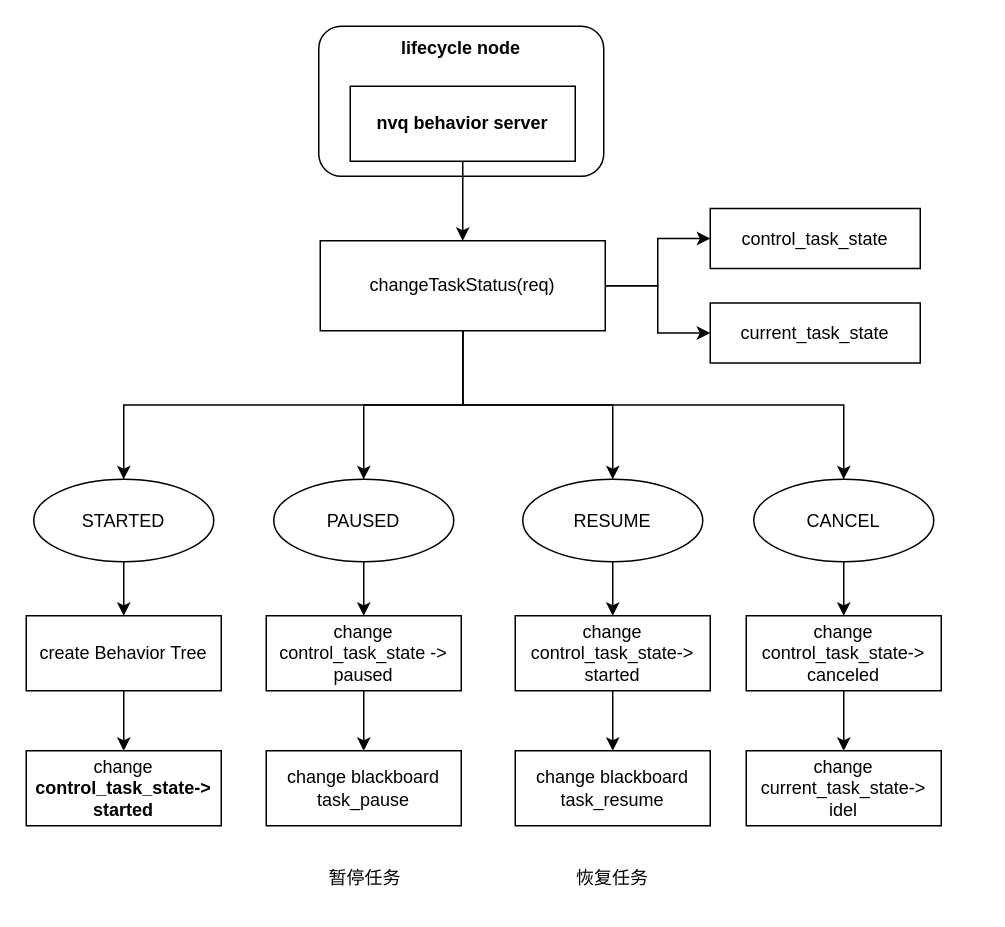
Before: page "第 2 页" (2 of 3) of nvq_task_manager架构图.drawio in Jev0987/drawioFile, a draw.io diagram. Source tidied: cells renumbered, new cells numbered last; positions are measured from the earlier drawing's top-left corner, leaving out a move shared by most shapes. Both pictures are drawn from the tidied source at 150%, with x=0, y=0 at pixel (26, 26).
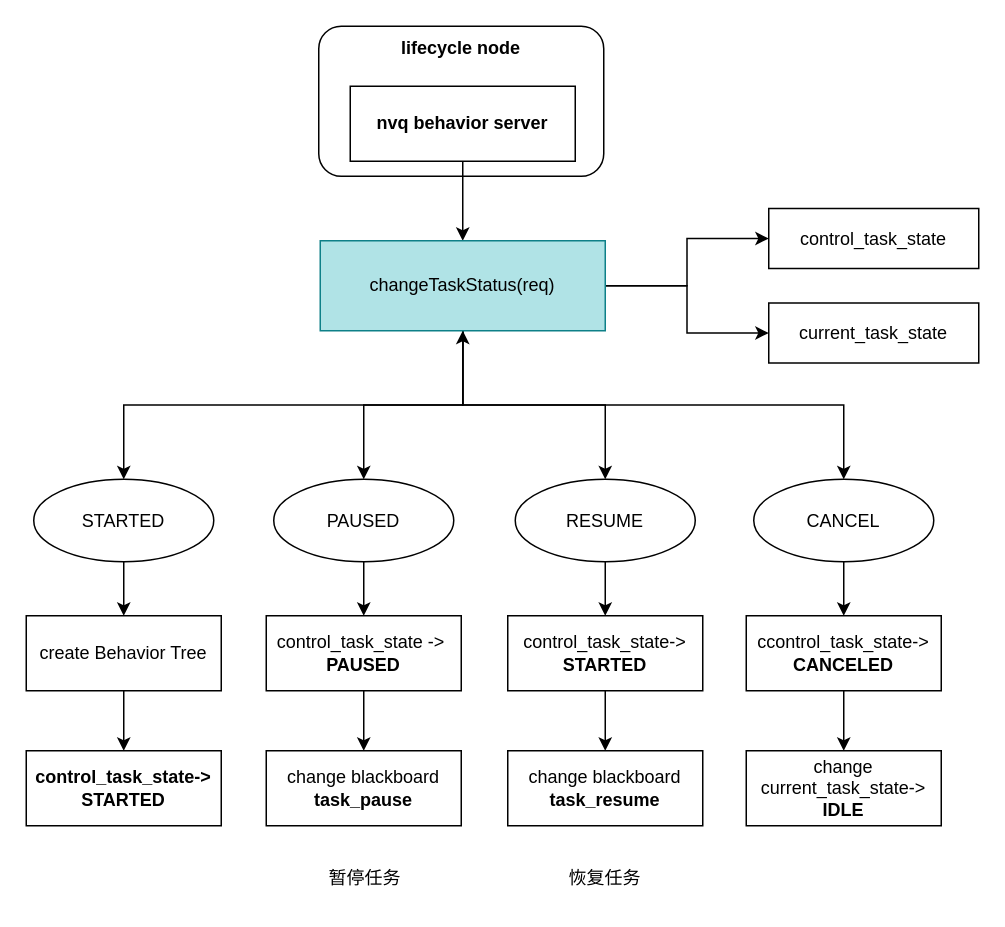
After the change.

Unchanged cells that the change refers to:
```xml
<mxCell id="20" value="CANCEL" style="ellipse;whiteSpace=wrap;html=1;" parent="1" vertex="1">
  <mxGeometry x="485" y="302" width="120" height="55" as="geometry" />
</mxCell>
```

Change to the diagram source:
```diff
@@
-    <mxCell id="9" style="edgeStyle=orthogonalEdgeStyle;rounded=0;jettySize=auto;html=1;exitX=0.5;exitY=1;exitDx=0;exitDy=0;" parent="1" edge="1" source="12" target="20">
+    <mxCell id="9" style="edgeStyle=orthogonalEdgeStyle;rounded=0;jettySize=auto;html=1;exitX=0.5;exitY=1;exitDx=0;exitDy=0;startArrow=classic;startFill=1;" parent="1" edge="1" source="12" target="20">
       <mxGeometry relative="1" as="geometry" />
     </mxCell>
@@
-    <mxCell id="12" value="changeTaskStatus(req)" style="whiteSpace=wrap;html=1;" parent="1" vertex="1">
+    <mxCell id="12" value="changeTaskStatus(req)" style="whiteSpace=wrap;html=1;fillColor=#b0e3e6;strokeColor=#0e8088;" parent="1" vertex="1">
       <mxGeometry x="196" y="143" width="190" height="60" as="geometry" />
     </mxCell>
@@
     <mxCell id="18" value="RESUME" style="ellipse;whiteSpace=wrap;html=1;" parent="1" vertex="1">
-      <mxGeometry x="331" y="302" width="120" height="55" as="geometry" />
+      <mxGeometry x="326" y="302" width="120" height="55" as="geometry" />
     </mxCell>
@@
-    <mxCell id="23" value="change &lt;b&gt;control_task_state-&amp;gt;&lt;/b&gt;&lt;div&gt;&lt;b&gt;started&lt;/b&gt;&lt;/div&gt;" style="rounded=0;whiteSpace=wrap;html=1;" parent="1" vertex="1">
+    <mxCell id="23" value="&lt;b&gt;control_task_state-&amp;gt;&lt;/b&gt;&lt;div&gt;&lt;b&gt;STARTED&lt;/b&gt;&lt;/div&gt;" style="rounded=0;whiteSpace=wrap;html=1;" parent="1" vertex="1">
       <mxGeometry y="483" width="130" height="50" as="geometry" />
     </mxCell>
@@
-    <mxCell id="25" value="change&lt;div&gt;control_task_state -&amp;gt; paused&lt;/div&gt;" style="rounded=0;whiteSpace=wrap;html=1;" parent="1" vertex="1">
+    <mxCell id="25" value="&lt;div&gt;control_task_state -&amp;gt;&amp;nbsp;&lt;/div&gt;&lt;div&gt;&lt;b&gt;PAUSED&lt;/b&gt;&lt;/div&gt;" style="rounded=0;whiteSpace=wrap;html=1;" parent="1" vertex="1">
       <mxGeometry x="160" y="393" width="130" height="50" as="geometry" />
     </mxCell>
@@
-    <mxCell id="27" value="change&lt;div&gt;control_task_state-&amp;gt;&lt;/div&gt;&lt;div&gt;started&lt;/div&gt;" style="rounded=0;whiteSpace=wrap;html=1;" parent="1" vertex="1">
-      <mxGeometry x="326" y="393" width="130" height="50" as="geometry" />
+    <mxCell id="27" value="&lt;span style=&quot;background-color: transparent; color: light-dark(rgb(0, 0, 0), rgb(255, 255, 255));&quot;&gt;control_task_state-&amp;gt;&lt;/span&gt;&lt;div&gt;&lt;b&gt;STARTED&lt;/b&gt;&lt;/div&gt;" style="rounded=0;whiteSpace=wrap;html=1;" parent="1" vertex="1">
+      <mxGeometry x="321" y="393" width="130" height="50" as="geometry" />
     </mxCell>
@@
-    <mxCell id="29" value="change&lt;div&gt;control_task_state-&amp;gt;&lt;/div&gt;&lt;div&gt;canceled&lt;/div&gt;" style="rounded=0;whiteSpace=wrap;html=1;" parent="1" vertex="1">
+    <mxCell id="29" value="c&lt;span style=&quot;background-color: transparent; color: light-dark(rgb(0, 0, 0), rgb(255, 255, 255));&quot;&gt;control_task_state-&amp;gt;&lt;/span&gt;&lt;div&gt;&lt;b&gt;CANCELED&lt;/b&gt;&lt;/div&gt;" style="rounded=0;whiteSpace=wrap;html=1;" parent="1" vertex="1">
       <mxGeometry x="480" y="393" width="130" height="50" as="geometry" />
     </mxCell>
-    <mxCell id="30" value="change blackboard task_pause" style="rounded=0;whiteSpace=wrap;html=1;" parent="1" vertex="1">
+    <mxCell id="30" value="change blackboard &lt;b&gt;task_pause&lt;/b&gt;" style="rounded=0;whiteSpace=wrap;html=1;" parent="1" vertex="1">
       <mxGeometry x="160" y="483" width="130" height="50" as="geometry" />
     </mxCell>
-    <mxCell id="31" value="change blackboard task_resume" style="rounded=0;whiteSpace=wrap;html=1;" parent="1" vertex="1">
-      <mxGeometry x="326" y="483" width="130" height="50" as="geometry" />
+    <mxCell id="31" value="change blackboard &lt;b&gt;task_resume&lt;/b&gt;" style="rounded=0;whiteSpace=wrap;html=1;" parent="1" vertex="1">
+      <mxGeometry x="321" y="483" width="130" height="50" as="geometry" />
     </mxCell>
@@
     <mxCell id="33" value="恢复任务" style="text;html=1;whiteSpace=wrap;strokeColor=none;fillColor=none;align=center;verticalAlign=middle;rounded=0;" parent="1" vertex="1">
-      <mxGeometry x="361" y="553" width="60" height="30" as="geometry" />
+      <mxGeometry x="356" y="553" width="60" height="30" as="geometry" />
     </mxCell>
     <mxCell id="34" value="control_task_state" style="whiteSpace=wrap;html=1;" parent="1" vertex="1">
-      <mxGeometry x="456" y="121.5" width="140" height="40" as="geometry" />
+      <mxGeometry x="495" y="121.5" width="140" height="40" as="geometry" />
     </mxCell>
     <mxCell id="35" value="current_task_state" style="whiteSpace=wrap;html=1;" parent="1" vertex="1">
-      <mxGeometry x="456" y="184.5" width="140" height="40" as="geometry" />
+      <mxGeometry x="495" y="184.5" width="140" height="40" as="geometry" />
     </mxCell>
-    <mxCell id="36" value="change&lt;div&gt;current_task_state-&amp;gt;&lt;/div&gt;&lt;div&gt;idel&lt;/div&gt;" style="rounded=0;whiteSpace=wrap;html=1;" parent="1" vertex="1">
+    <mxCell id="36" value="change&lt;div&gt;current_task_state-&amp;gt;&lt;/div&gt;&lt;div&gt;&lt;b&gt;IDLE&lt;/b&gt;&lt;/div&gt;" style="rounded=0;whiteSpace=wrap;html=1;" parent="1" vertex="1">
       <mxGeometry x="480" y="483" width="130" height="50" as="geometry" />
     </mxCell>
```
